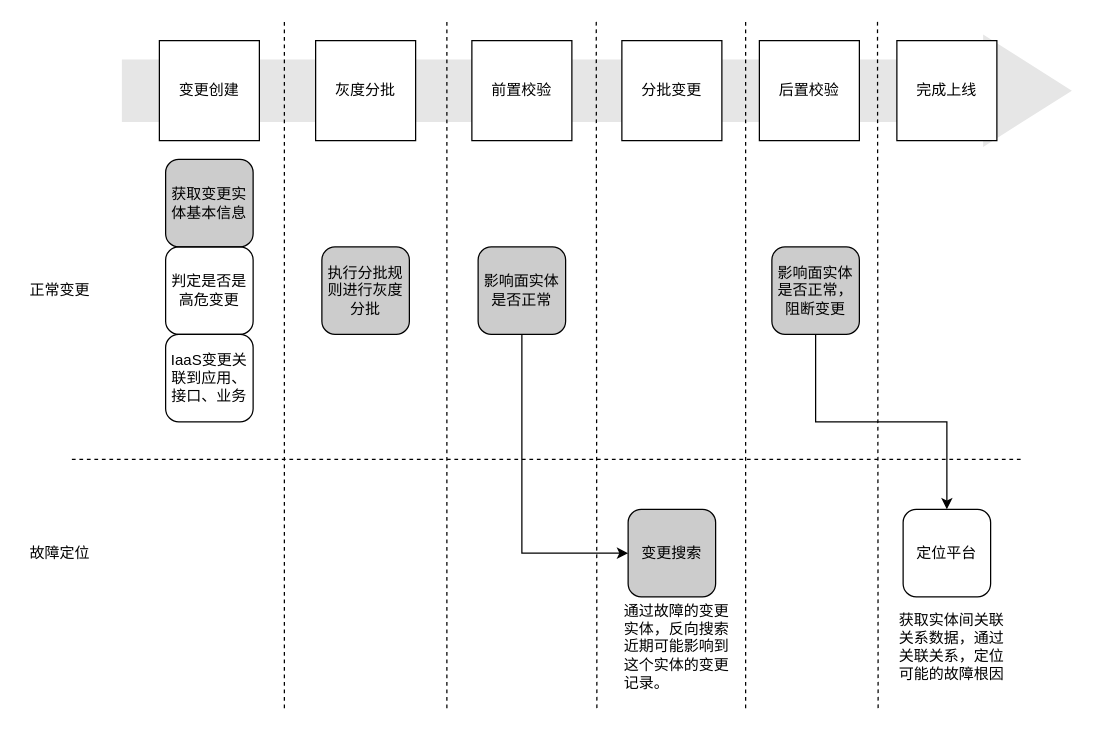
frankneu/draw.io keeps this draw.io diagram as rmc业务.drawio. Above is the earlier version. Source tidied: cells renumbered, new cells numbered last; positions are measured from the earlier drawing's top-left corner, leaving out a move shared by most shapes. Both pictures are drawn from the tidied source at 125%, with x=0, y=0 at pixel (21, 21).
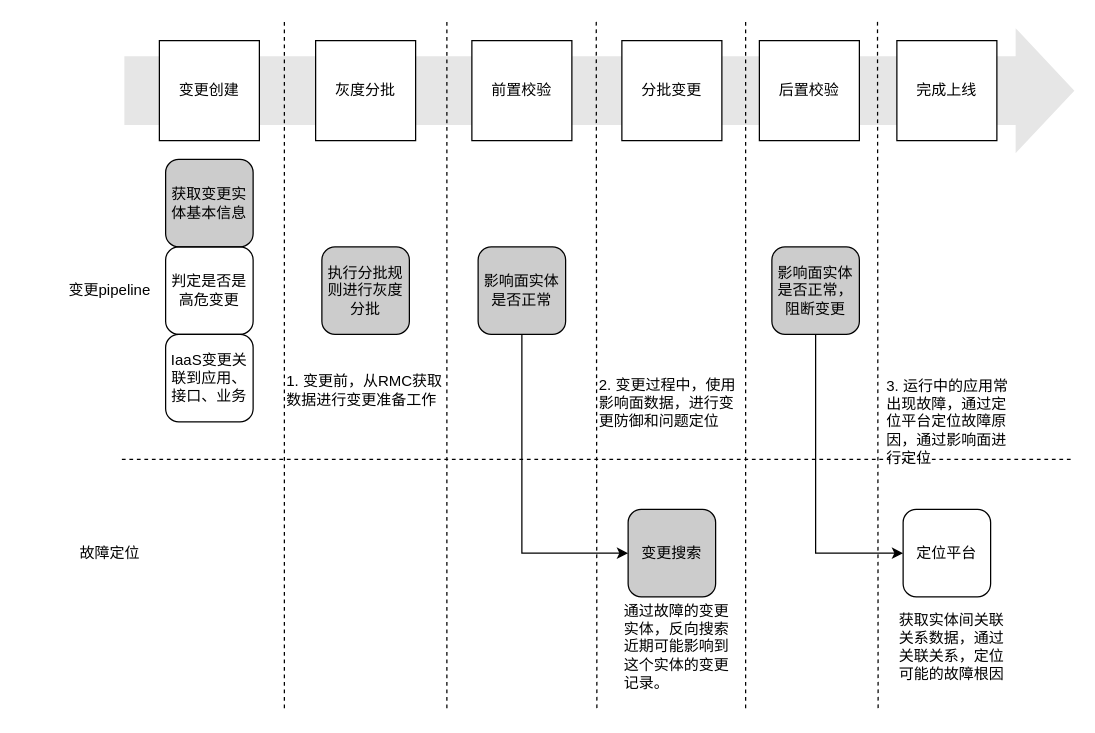
The same diagram, later.

The change refers to these unchanged cells:
```xml
<mxCell id="22" value="&lt;div&gt;&lt;span style=&quot;white-space: nowrap&quot;&gt;影响面实体&lt;/span&gt;&lt;/div&gt;&lt;div&gt;&lt;span style=&quot;white-space: nowrap&quot;&gt;是&lt;/span&gt;&lt;span style=&quot;white-space: nowrap&quot;&gt;否正常，&lt;/span&gt;&lt;/div&gt;&lt;div&gt;&lt;span style=&quot;white-space: nowrap&quot;&gt;阻断变更&lt;/span&gt;&lt;br&gt;&lt;/div&gt;" style="rounded=1;whiteSpace=wrap;html=1;fillColor=#CCCCCC;align=center;" parent="1" vertex="1">
  <mxGeometry x="600" y="180" width="70" height="70" as="geometry" />
</mxCell>
<mxCell id="24" value="&lt;div&gt;&lt;span style=&quot;white-space: nowrap&quot;&gt;定位平台&lt;/span&gt;&lt;/div&gt;" style="rounded=1;whiteSpace=wrap;html=1;fillColor=none;align=center;" parent="1" vertex="1">
  <mxGeometry x="705" y="390" width="70" height="70" as="geometry" />
</mxCell>
```

What changed in the source:
```diff
@@
-    <mxCell id="3" style="shape=singleArrow;whiteSpace=wrap;html=1;fillColor=#E6E6E6;arrowWidth=0.5555555555555556;arrowSize=0.09342105263157895;strokeColor=none;" parent="1" vertex="1">
-      <mxGeometry x="80" y="10" width="760" height="90" as="geometry" />
+    <mxCell id="3" style="shape=singleArrow;whiteSpace=wrap;html=1;fillColor=#E6E6E6;arrowWidth=0.5481481481481479;arrowSize=0.06184210526315775;strokeColor=none;" parent="1" vertex="1">
+      <mxGeometry x="82" y="5" width="760" height="100" as="geometry" />
     </mxCell>
@@
     <mxCell id="10" style="endArrow=none;dashed=1;html=1;" parent="1" edge="1">
       <mxGeometry relative="1" as="geometry">
-        <mxPoint x="40" y="350" as="sourcePoint" />
-        <mxPoint x="800" y="350" as="targetPoint" />
+        <mxPoint x="80" y="350" as="sourcePoint" />
+        <mxPoint x="840" y="350" as="targetPoint" />
       </mxGeometry>
     </mxCell>
@@
-    <mxCell id="21" style="edgeStyle=orthogonalEdgeStyle;rounded=0;jettySize=auto;html=1;exitX=0.5;exitY=1;exitDx=0;exitDy=0;entryX=0.5;entryY=0;entryDx=0;entryDy=0;" parent="1" edge="1" source="22" target="24">
+    <mxCell id="21" style="edgeStyle=orthogonalEdgeStyle;rounded=0;jettySize=auto;html=1;exitX=0.5;exitY=1;exitDx=0;exitDy=0;entryX=0;entryY=0.5;entryDx=0;entryDy=0;" parent="1" edge="1" source="22" target="24">
       <mxGeometry relative="1" as="geometry" />
     </mxCell>
@@
-    <mxCell id="27" value="正常变更" style="text;html=1;align=center;verticalAlign=middle;" parent="1" vertex="1">
-      <mxGeometry y="205" width="60" height="20" as="geometry" />
+    <mxCell id="27" value="变更pipeline" style="text;html=1;align=center;verticalAlign=middle;" parent="1" vertex="1">
+      <mxGeometry x="30" y="205" width="80" height="20" as="geometry" />
     </mxCell>
     <mxCell id="28" value="故障定位" style="text;html=1;align=center;verticalAlign=middle;" parent="1" vertex="1">
-      <mxGeometry y="415" width="60" height="20" as="geometry" />
+      <mxGeometry x="40" y="415" width="60" height="20" as="geometry" />
     </mxCell>
+    <mxCell id="29" value="1. 变更前，从RMC获取&lt;br&gt;数据进行变更准备工作" style="text;html=1;align=left;verticalAlign=middle;" parent="1" vertex="1">
+      <mxGeometry x="210" y="280" width="140" height="30" as="geometry" />
+    </mxCell>
+    <mxCell id="30" value="2. 变更过程中，使用&lt;br&gt;影响面数据，进行变&lt;br&gt;更防御和问题定位" style="text;html=1;align=left;verticalAlign=middle;" parent="1" vertex="1">
+      <mxGeometry x="460" y="280" width="120" height="50" as="geometry" />
+    </mxCell>
+    <mxCell id="31" value="3. 运行中的应用常&lt;br&gt;出现故障，通过定&lt;br&gt;位平台定位故障原&lt;br&gt;因，通过影响面进&lt;br&gt;行定位" style="text;html=1;align=left;verticalAlign=middle;" parent="1" vertex="1">
+      <mxGeometry x="690" y="280" width="110" height="80" as="geometry" />
+    </mxCell>
```
